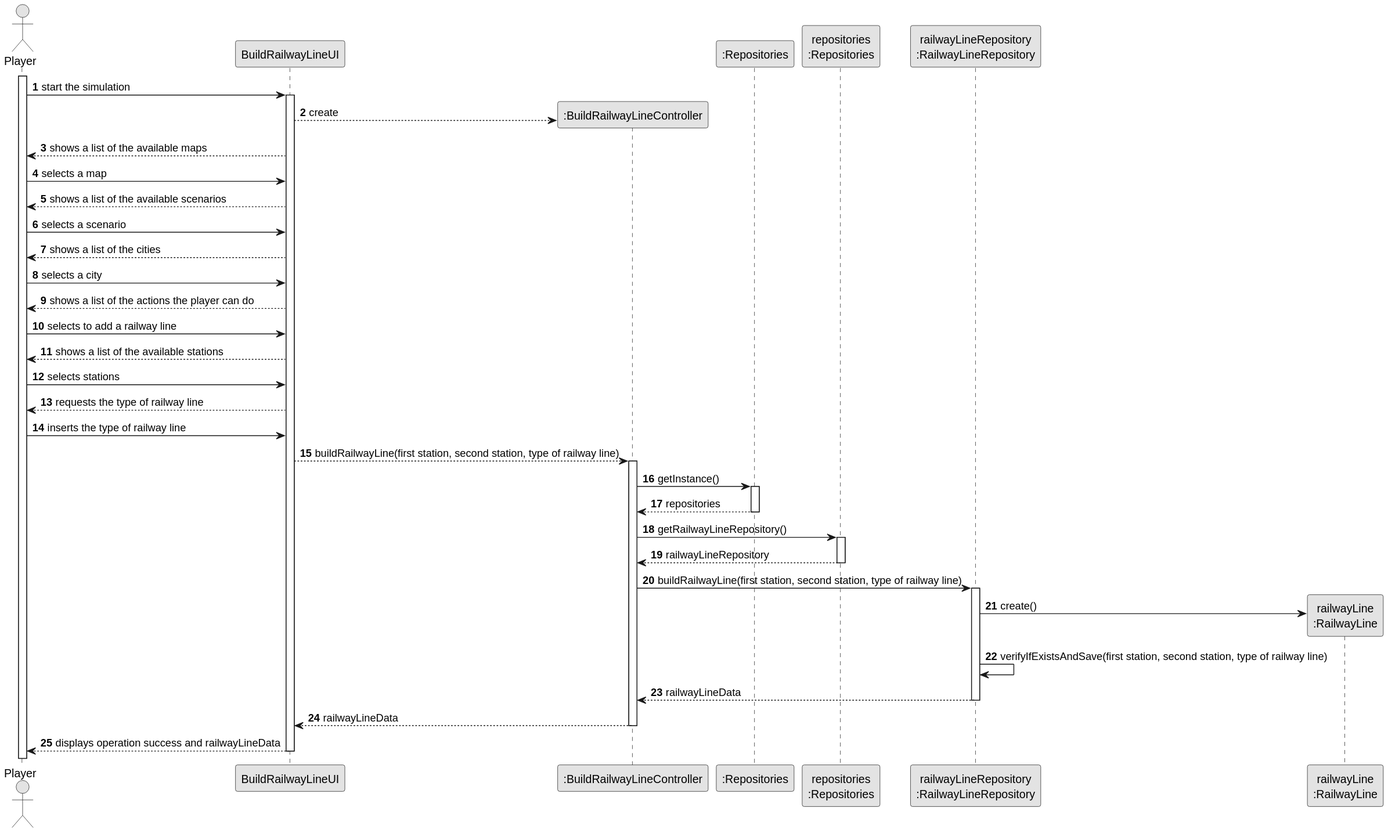
This is docs/sprint3/us008/03.design/svg/us008-sequence-diagram-full.svg from ivasduarte/all-aboard, a PlantUML export, as it was before one commit.
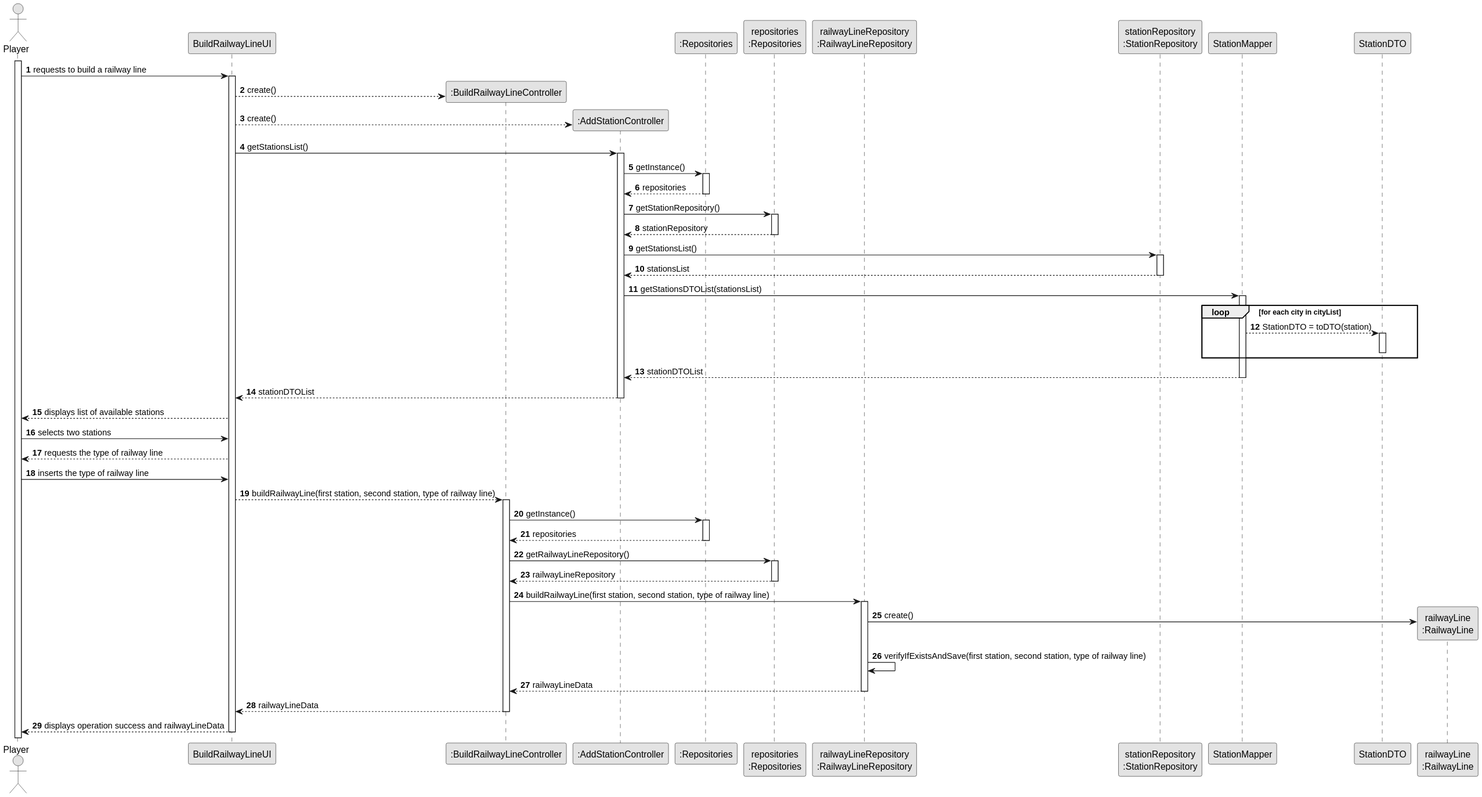
After the change.

Diff of the diagram source:
```diff
@@ -10,55 +10,86 @@
 
 activate Editor
 
-Editor -> UI : start the simulation
+Editor -> UI : requests to build a railway line
 activate UI
 
-create ":BuildRailwayLineController" as CTRL
-UI --> CTRL : create
+create ":BuildRailwayLineController" as railCTRL
+UI --> railCTRL : create()
 
-UI --> Editor : shows a list of the available maps
-Editor -> UI : selects a map
-UI --> Editor : shows a list of the available scenarios
-Editor -> UI : selects a scenario
-UI --> Editor : shows a list of the cities
-Editor -> UI : selects a city
-UI --> Editor : shows a list of the actions the player can do
-Editor -> UI : selects to add a railway line
+create ":AddStationController" as cityCTRL
+UI --> cityCTRL : create()
 
 participant ":Repositories" as RepositorySingleton
 participant "repositories\n:Repositories" as PLAT
 participant "railwayLineRepository\n:RailwayLineRepository" as railwayLineRepository
+participant "stationRepository\n:StationRepository" as cityRepo
+participant "StationMapper" as cityMapper
+participant "StationDTO" as cityDTO
 
-UI --> Editor : shows a list of the available stations
-Editor -> UI : selects stations
+UI -> cityCTRL : getStationsList()
+activate cityCTRL
+
+cityCTRL -> RepositorySingleton : getInstance()
+activate RepositorySingleton
+RepositorySingleton --> cityCTRL : repositories
+deactivate RepositorySingleton
+
+cityCTRL -> PLAT : getStationRepository()
+activate PLAT
+PLAT --> cityCTRL : stationRepository
+deactivate PLAT
+
+cityCTRL -> cityRepo : getStationsList()
+activate cityRepo
+cityRepo --> cityCTRL : stationsList
+deactivate cityRepo
+
+cityCTRL -> cityMapper : getStationsDTOList(stationsList)
+activate cityMapper
+
+loop for each city in cityList
+    cityMapper --> cityDTO : StationDTO = toDTO(station)
+    activate cityDTO
+    deactivate cityDTO
+end loop
+
+cityMapper --> cityCTRL : stationDTOList
+deactivate cityMapper
+
+cityCTRL --> UI : stationDTOList
+deactivate cityCTRL
+
+UI --> Editor : displays list of available stations
+Editor -> UI : selects two stations
+
 UI --> Editor : requests the type of railway line
 Editor -> UI : inserts the type of railway line
 
-UI --> CTRL : buildRailwayLine(first station, second station, type of railway line)
-activate CTRL
+UI --> railCTRL : buildRailwayLine(first station, second station, type of railway line)
+activate railCTRL
 
-CTRL -> RepositorySingleton : getInstance()
+railCTRL -> RepositorySingleton : getInstance()
 activate RepositorySingleton
-RepositorySingleton --> CTRL : repositories
+RepositorySingleton --> railCTRL : repositories
 deactivate RepositorySingleton
 
-CTRL -> PLAT : getRailwayLineRepository()
+railCTRL -> PLAT : getRailwayLineRepository()
 activate PLAT
-PLAT --> CTRL : railwayLineRepository
+PLAT --> railCTRL : railwayLineRepository
 deactivate PLAT
 
-CTRL -> railwayLineRepository : buildRailwayLine(first station, second station, type of railway line)
+railCTRL -> railwayLineRepository : buildRailwayLine(first station, second station, type of railway line)
 activate railwayLineRepository
 
 create "railwayLine\n:RailwayLine" as RailwayLine
 railwayLineRepository -> RailwayLine : create()
 railwayLineRepository -> railwayLineRepository : verifyIfExistsAndSave(first station, second station, type of railway line)
 
-railwayLineRepository --> CTRL : railwayLineData
+railwayLineRepository --> railCTRL : railwayLineData
 deactivate railwayLineRepository
 
-CTRL --> UI : railwayLineData
-deactivate CTRL
+railCTRL --> UI : railwayLineData
+deactivate railCTRL
 
 UI --> Editor : displays operation success and railwayLineData
 deactivate UI
```
